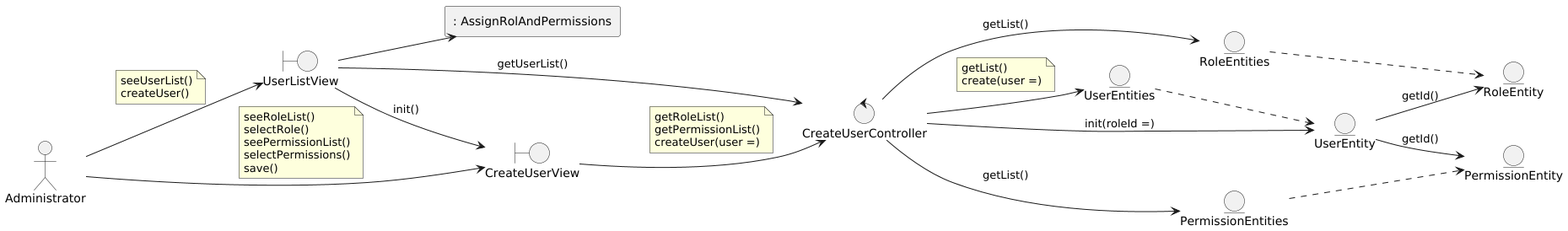
Above: out/DesignView/AnalysisView/UseCaseAnalysis/Collaboration.CU46.Analysis.png in wsmcbl/wsmcbl.doc (PlantUML), before the change.
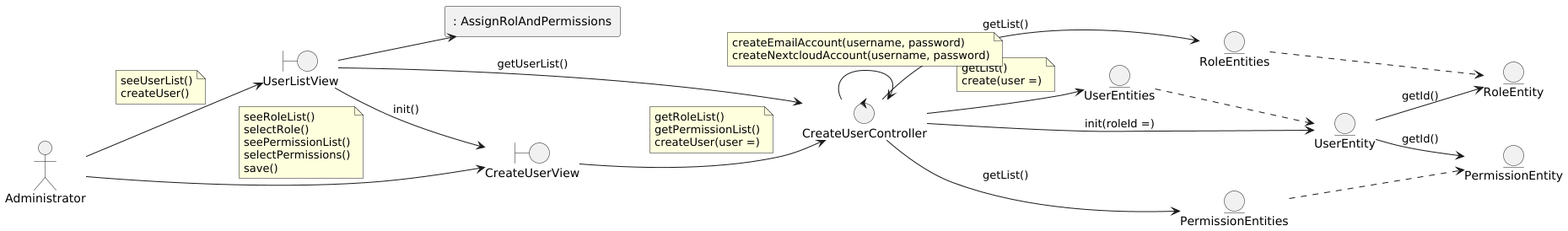
Above is the later version.

Commit message:
Refactor: update some methods in CU46 collaboration analysis

Diff of the diagram source:
```diff
@@ -51,6 +51,11 @@
     create(user =)
 end note
 CreateUserController --> UserEntity : init(roleId =)
+CreateUserController --> CreateUserController
+note on link
+    createEmailAccount(username, password)
+    createNextcloudAccount(username, password)
+end note
 
 PermissionEntities ..> PermissionEntity
 RoleEntities ..> RoleEntity
```
